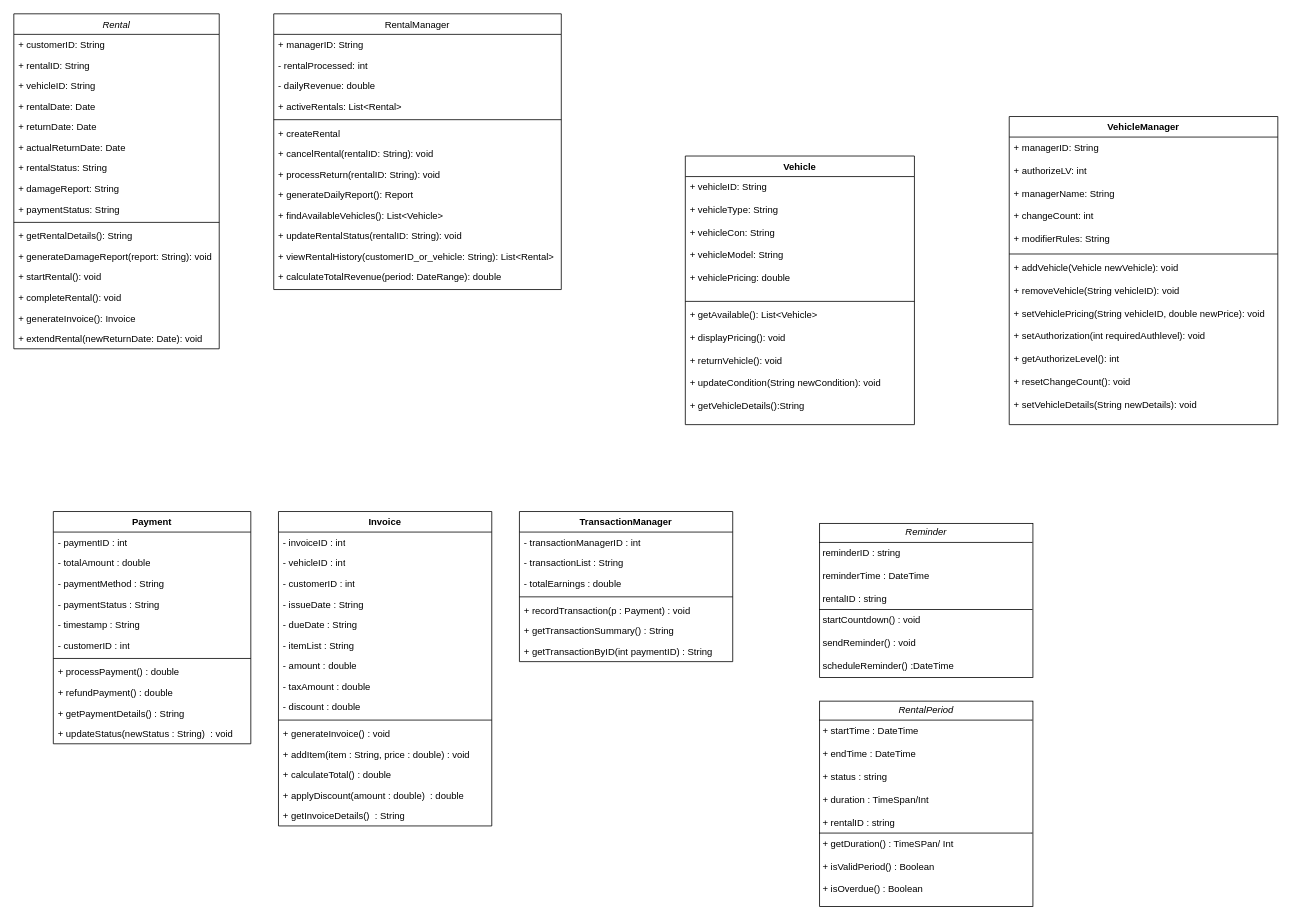
Earlier version of the draw.io diagram HillClimmer.drawio (Dellrall/BMCS2023-OOP-group-assignment). Source tidied: cells renumbered, new cells numbered last; positions are measured from the earlier drawing's top-left corner, leaving out a move shared by most shapes. Both pictures are drawn from the tidied source at 79%, with x=0, y=0 at pixel (13, 13).
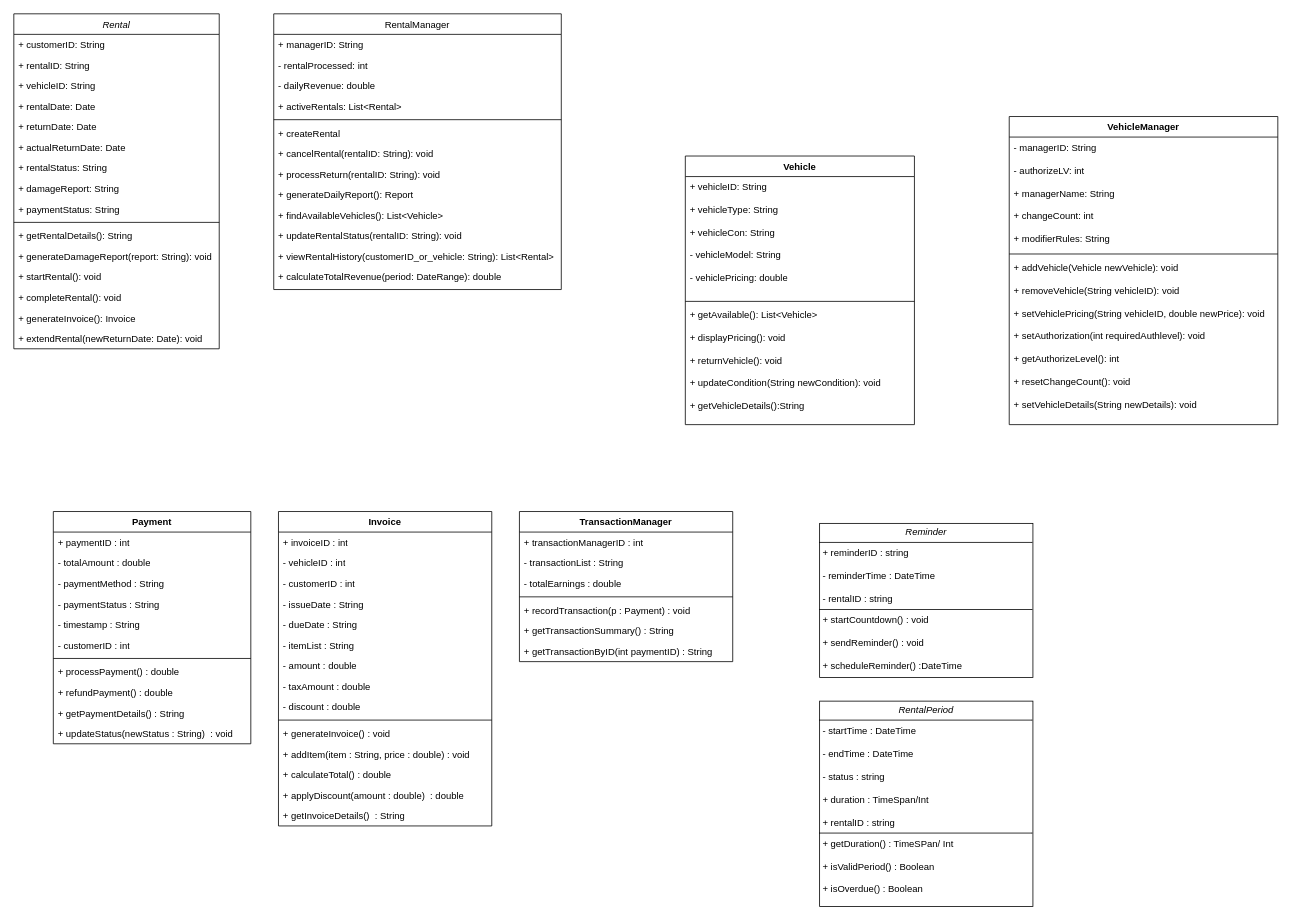
Above is the later version.

Commit message:
Modifier correction

Unchanged cells that the change refers to:
```xml
<mxCell id="33" value="Payment" style="swimlane;fontStyle=1;align=center;verticalAlign=top;horizontal=1;startSize=26;whiteSpace=wrap;html=1;" parent="1" vertex="1">
  <mxGeometry x="50" y="630" width="250" height="294" as="geometry" />
</mxCell>
<mxCell id="45" value="Invoice" style="swimlane;fontStyle=1;align=center;verticalAlign=top;horizontal=1;startSize=26;whiteSpace=wrap;html=1;" parent="1" vertex="1">
  <mxGeometry x="335" y="630" width="270" height="398" as="geometry" />
</mxCell>
<mxCell id="61" value="TransactionManager" style="swimlane;fontStyle=1;align=center;verticalAlign=top;horizontal=1;startSize=26;whiteSpace=wrap;html=1;" parent="1" vertex="1">
  <mxGeometry x="640" y="630" width="270" height="190" as="geometry" />
</mxCell>
<mxCell id="69" value="Vehicle" style="swimlane;fontStyle=1;align=center;verticalAlign=top;horizontal=1;startSize=26;whiteSpace=wrap;html=1;" parent="1" vertex="1">
  <mxGeometry x="850" y="180" width="290" height="340" as="geometry" />
</mxCell>
<mxCell id="73" value="VehicleManager" style="swimlane;fontStyle=1;align=center;verticalAlign=top;horizontal=1;startSize=26;whiteSpace=wrap;html=1;" parent="1" vertex="1">
  <mxGeometry x="1260" y="130" width="340" height="390" as="geometry" />
</mxCell>
```

Change to the diagram source:
```diff
@@
-    <mxCell id="34" value="- paymentID : int&lt;div&gt;&lt;br&gt;&lt;/div&gt;" style="text;strokeColor=none;fillColor=none;align=left;verticalAlign=top;spacingLeft=4;spacingRight=4;overflow=hidden;whiteSpace=wrap;html=1;" parent="33" vertex="1">
+    <mxCell id="34" value="+ paymentID : int&lt;div&gt;&lt;br&gt;&lt;/div&gt;" style="text;strokeColor=none;fillColor=none;align=left;verticalAlign=top;spacingLeft=4;spacingRight=4;overflow=hidden;whiteSpace=wrap;html=1;" parent="33" vertex="1">
       <mxGeometry y="26" width="250" height="26" as="geometry" />
     </mxCell>
@@
-    <mxCell id="46" value="- invoiceID : int" style="text;strokeColor=none;fillColor=none;align=left;verticalAlign=top;spacingLeft=4;spacingRight=4;overflow=hidden;whiteSpace=wrap;html=1;" parent="45" vertex="1">
+    <mxCell id="46" value="+ invoiceID : int" style="text;strokeColor=none;fillColor=none;align=left;verticalAlign=top;spacingLeft=4;spacingRight=4;overflow=hidden;whiteSpace=wrap;html=1;" parent="45" vertex="1">
       <mxGeometry y="26" width="270" height="26" as="geometry" />
     </mxCell>
@@
-    <mxCell id="62" value="- transactionManagerID&amp;nbsp;: int" style="text;strokeColor=none;fillColor=none;align=left;verticalAlign=top;spacingLeft=4;spacingRight=4;overflow=hidden;whiteSpace=wrap;html=1;" parent="61" vertex="1">
+    <mxCell id="62" value="+ transactionManagerID&amp;nbsp;: int" style="text;strokeColor=none;fillColor=none;align=left;verticalAlign=top;spacingLeft=4;spacingRight=4;overflow=hidden;whiteSpace=wrap;html=1;" parent="61" vertex="1">
       <mxGeometry y="26" width="270" height="26" as="geometry" />
     </mxCell>
@@
-    <mxCell id="70" value="+ vehicleID: String&lt;br&gt;&lt;br&gt;&lt;div&gt;+ vehicleType: String&lt;br&gt;&lt;br&gt;+ vehicleCon: String&lt;br&gt;&lt;br&gt;+ vehicleModel: String&lt;br&gt;&lt;br&gt;+ vehiclePricing: double&lt;/div&gt;" style="text;strokeColor=none;fillColor=none;align=left;verticalAlign=top;spacingLeft=4;spacingRight=4;overflow=hidden;whiteSpace=wrap;html=1;" parent="69" vertex="1">
+    <mxCell id="70" value="+ vehicleID: String&lt;br&gt;&lt;br&gt;&lt;div&gt;+ vehicleType: String&lt;br&gt;&lt;br&gt;+ vehicleCon: String&lt;br&gt;&lt;br&gt;- vehicleModel: String&lt;br&gt;&lt;br&gt;- vehiclePricing: double&lt;/div&gt;" style="text;strokeColor=none;fillColor=none;align=left;verticalAlign=top;spacingLeft=4;spacingRight=4;overflow=hidden;whiteSpace=wrap;html=1;" parent="69" vertex="1">
       <mxGeometry y="26" width="290" height="154" as="geometry" />
     </mxCell>
@@
-    <mxCell id="74" value="+ managerID: String&lt;br&gt;&lt;br&gt;+ authorizeLV: int&lt;br&gt;&amp;nbsp;&lt;br&gt;+ managerName: String&lt;br&gt;&lt;br&gt;+ changeCount: int&lt;br&gt;&lt;br&gt;+ modifierRules: String&lt;div&gt;&lt;br/&gt;&lt;/div&gt;" style="text;strokeColor=none;fillColor=none;align=left;verticalAlign=top;spacingLeft=4;spacingRight=4;overflow=hidden;whiteSpace=wrap;html=1;" parent="73" vertex="1">
+    <mxCell id="74" value="- managerID: String&lt;br&gt;&lt;br&gt;- authorizeLV: int&lt;br&gt;&amp;nbsp;&lt;br&gt;+ managerName: String&lt;br&gt;&lt;br&gt;+ changeCount: int&lt;br&gt;&lt;br&gt;+ modifierRules: String&lt;div&gt;&lt;br&gt;&lt;/div&gt;" style="text;strokeColor=none;fillColor=none;align=left;verticalAlign=top;spacingLeft=4;spacingRight=4;overflow=hidden;whiteSpace=wrap;html=1;" parent="73" vertex="1">
       <mxGeometry y="26" width="340" height="144" as="geometry" />
     </mxCell>
@@
-    <mxCell id="77" value="&lt;p style=&quot;margin:0px;margin-top:4px;text-align:center;&quot;&gt;&lt;i&gt;Reminder&lt;/i&gt;&lt;/p&gt;&lt;hr size=&quot;1&quot; style=&quot;border-style:solid;&quot;&gt;&lt;p style=&quot;margin:0px;margin-left:4px;&quot;&gt;reminderID : string&lt;br&gt;&lt;br&gt;&lt;/p&gt;&lt;p style=&quot;margin:0px;margin-left:4px;&quot;&gt;reminderTime : DateTime&lt;br&gt;&lt;br&gt;&lt;/p&gt;&lt;p style=&quot;margin:0px;margin-left:4px;&quot;&gt;rentalID : string&lt;/p&gt;&lt;hr size=&quot;1&quot; style=&quot;border-style:solid;&quot;&gt;&lt;p style=&quot;margin:0px;margin-left:4px;&quot;&gt;startCountdown() : void&lt;br&gt;&lt;br&gt;&lt;/p&gt;&lt;p style=&quot;margin:0px;margin-left:4px;&quot;&gt;sendReminder() : void&lt;br&gt;&lt;br&gt;&lt;/p&gt;&lt;p style=&quot;margin:0px;margin-left:4px;&quot;&gt;scheduleReminder() :DateTime&lt;/p&gt;" style="verticalAlign=top;align=left;overflow=fill;html=1;whiteSpace=wrap;" parent="1" vertex="1">
+    <mxCell id="77" value="&lt;p style=&quot;margin:0px;margin-top:4px;text-align:center;&quot;&gt;&lt;i&gt;Reminder&lt;/i&gt;&lt;/p&gt;&lt;hr size=&quot;1&quot; style=&quot;border-style:solid;&quot;&gt;&lt;p style=&quot;margin:0px;margin-left:4px;&quot;&gt;+ reminderID : string&lt;br&gt;&lt;br&gt;&lt;/p&gt;&lt;p style=&quot;margin:0px;margin-left:4px;&quot;&gt;- reminderTime : DateTime&lt;br&gt;&lt;br&gt;&lt;/p&gt;&lt;p style=&quot;margin:0px;margin-left:4px;&quot;&gt;- rentalID : string&lt;/p&gt;&lt;hr size=&quot;1&quot; style=&quot;border-style:solid;&quot;&gt;&lt;p style=&quot;margin:0px;margin-left:4px;&quot;&gt;+ startCountdown() : void&lt;br&gt;&lt;br&gt;&lt;/p&gt;&lt;p style=&quot;margin:0px;margin-left:4px;&quot;&gt;+ sendReminder() : void&lt;br&gt;&lt;br&gt;&lt;/p&gt;&lt;p style=&quot;margin:0px;margin-left:4px;&quot;&gt;+ scheduleReminder() :DateTime&lt;/p&gt;" style="verticalAlign=top;align=left;overflow=fill;html=1;whiteSpace=wrap;" parent="1" vertex="1">
       <mxGeometry x="1020" y="645" width="270" height="195" as="geometry" />
     </mxCell>
-    <mxCell id="78" value="&lt;p style=&quot;margin:0px;margin-top:4px;text-align:center;&quot;&gt;&lt;i&gt;RentalPeriod&lt;/i&gt;&lt;/p&gt;&lt;hr size=&quot;1&quot; style=&quot;border-style:solid;&quot;&gt;&lt;p style=&quot;margin:0px;margin-left:4px;&quot;&gt;+ startTime : DateTime&lt;br&gt;&lt;br&gt;&lt;/p&gt;&lt;p style=&quot;margin:0px;margin-left:4px;&quot;&gt;+ endTime : DateTime&lt;/p&gt;&lt;p style=&quot;margin:0px;margin-left:4px;&quot;&gt;&lt;br&gt;+ status : string&lt;/p&gt;&lt;p style=&quot;margin:0px;margin-left:4px;&quot;&gt;&lt;br&gt;+ duration : TimeSpan/Int&lt;br&gt;&lt;br&gt;&lt;/p&gt;&lt;p style=&quot;margin:0px;margin-left:4px;&quot;&gt;+ rentalID : string&lt;/p&gt;&lt;hr size=&quot;1&quot; style=&quot;border-style:solid;&quot;&gt;&lt;p style=&quot;margin:0px;margin-left:4px;&quot;&gt;+ getDuration() : TimeSPan/ Int&lt;br&gt;&lt;br&gt;&lt;/p&gt;&lt;p style=&quot;margin:0px;margin-left:4px;&quot;&gt;+ isValidPeriod() : Boolean&lt;br&gt;&lt;br&gt;&lt;/p&gt;&lt;p style=&quot;margin:0px;margin-left:4px;&quot;&gt;+ isOverdue() : Boolean&lt;/p&gt;" style="verticalAlign=top;align=left;overflow=fill;html=1;whiteSpace=wrap;" parent="1" vertex="1">
+    <mxCell id="78" value="&lt;p style=&quot;margin:0px;margin-top:4px;text-align:center;&quot;&gt;&lt;i&gt;RentalPeriod&lt;/i&gt;&lt;/p&gt;&lt;hr size=&quot;1&quot; style=&quot;border-style:solid;&quot;&gt;&lt;p style=&quot;margin:0px;margin-left:4px;&quot;&gt;- startTime : DateTime&lt;br&gt;&lt;br&gt;&lt;/p&gt;&lt;p style=&quot;margin:0px;margin-left:4px;&quot;&gt;- endTime : DateTime&lt;/p&gt;&lt;p style=&quot;margin:0px;margin-left:4px;&quot;&gt;&lt;br&gt;- status : string&lt;/p&gt;&lt;p style=&quot;margin:0px;margin-left:4px;&quot;&gt;&lt;br&gt;+ duration : TimeSpan/Int&lt;br&gt;&lt;br&gt;&lt;/p&gt;&lt;p style=&quot;margin:0px;margin-left:4px;&quot;&gt;+ rentalID : string&lt;/p&gt;&lt;hr size=&quot;1&quot; style=&quot;border-style:solid;&quot;&gt;&lt;p style=&quot;margin:0px;margin-left:4px;&quot;&gt;+ getDuration() : TimeSPan/ Int&lt;br&gt;&lt;br&gt;&lt;/p&gt;&lt;p style=&quot;margin:0px;margin-left:4px;&quot;&gt;+ isValidPeriod() : Boolean&lt;br&gt;&lt;br&gt;&lt;/p&gt;&lt;p style=&quot;margin:0px;margin-left:4px;&quot;&gt;+ isOverdue() : Boolean&lt;/p&gt;" style="verticalAlign=top;align=left;overflow=fill;html=1;whiteSpace=wrap;" parent="1" vertex="1">
       <mxGeometry x="1020" y="870" width="270" height="260" as="geometry" />
     </mxCell>
```
